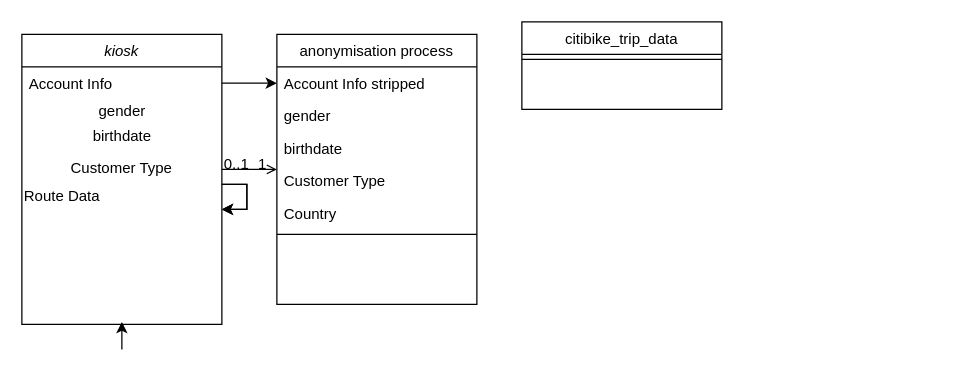
Before: Week7/Week7/Week7day2/Untitled Diagram.drawio in Coelacanth19/codeclan_homework_MarkAntFojas, a draw.io diagram. Source tidied: cells renumbered, new cells numbered last; positions are measured from the earlier drawing's top-left corner, leaving out a move shared by most shapes. Both pictures are drawn from the tidied source at 125%, with x=0, y=0 at pixel (21, 21).
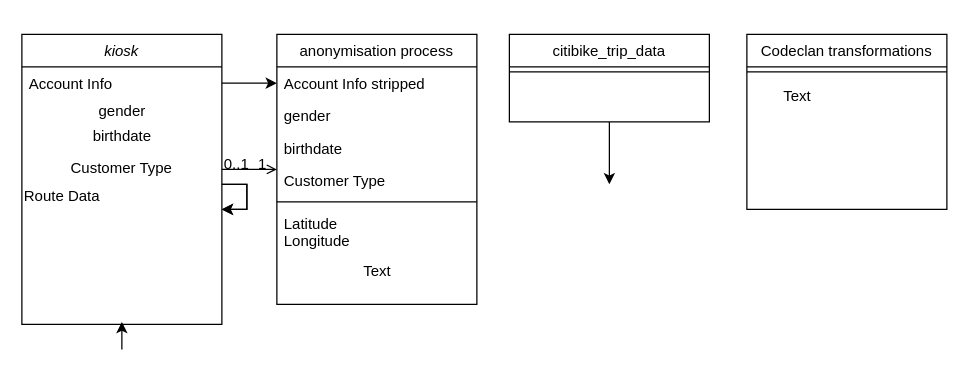
The same diagram, later.

The change refers to these unchanged cells:
```xml
<mxCell id="13" value="anonymisation process" style="swimlane;fontStyle=0;align=center;verticalAlign=top;horizontal=1;startSize=26;rounded=0;shadow=0;strokeWidth=1;" parent="1" vertex="1">
  <mxGeometry x="204" y="10" width="160" height="216" as="geometry" />
</mxCell>
```

The edit, as a diff of the source:
```diff
@@
+    <mxCell id="24" style="edgeStyle=orthogonalEdgeStyle;rounded=0;jettySize=auto;html=1;exitX=0.5;exitY=1;exitDx=0;exitDy=0;" parent="1" edge="1" source="11">
+      <mxGeometry relative="1" as="geometry">
+        <mxPoint x="470" y="130" as="targetPoint" />
+      </mxGeometry>
+    </mxCell>
     <mxCell id="11" value="citibike_trip_data" style="swimlane;fontStyle=0;align=center;verticalAlign=top;horizontal=1;startSize=26;rounded=0;shadow=0;strokeWidth=1;" parent="1" vertex="1">
-      <mxGeometry x="400" width="160" height="70" as="geometry" />
+      <mxGeometry x="390" y="10" width="160" height="70" as="geometry" />
     </mxCell>
@@
+    <mxCell id="19" style="line;html=1;strokeWidth=1;align=left;verticalAlign=middle;spacingTop=-1;spacingLeft=3;spacingRight=3;labelPosition=right;" parent="13" vertex="1">
+      <mxGeometry y="130" width="160" height="8" as="geometry" />
+    </mxCell>
-    <mxCell id="18" value="Country" style="text;align=left;verticalAlign=top;spacingLeft=4;spacingRight=4;overflow=hidden;rounded=0;shadow=0;html=0;" parent="13" vertex="1">
-      <mxGeometry y="130" width="160" height="26" as="geometry" />
+    <mxCell id="18" value="Latitude&#10;Longitude" style="text;align=left;verticalAlign=top;spacingLeft=4;spacingRight=4;overflow=hidden;rounded=0;shadow=0;html=0;" parent="13" vertex="1">
+      <mxGeometry y="138" width="160" height="42" as="geometry" />
     </mxCell>
-    <mxCell id="19" style="line;html=1;strokeWidth=1;align=left;verticalAlign=middle;spacingTop=-1;spacingLeft=3;spacingRight=3;labelPosition=right;" parent="13" vertex="1">
-      <mxGeometry y="156" width="160" height="8" as="geometry" />
-    </mxCell>
+    <mxCell id="25" value="Text" style="text;html=1;align=center;verticalAlign=middle;fillColor=none;strokeColor=none;rounded=0;" parent="13" vertex="1">
+      <mxGeometry y="180" width="160" height="20" as="geometry" />
+    </mxCell>
@@
+    <mxCell id="26" value="Codeclan transformations" style="swimlane;fontStyle=0;align=center;verticalAlign=top;horizontal=1;startSize=26;rounded=0;shadow=0;strokeWidth=1;" parent="1" vertex="1">
+      <mxGeometry x="580" y="10" width="160" height="140" as="geometry" />
+    </mxCell>
+    <mxCell id="27" style="line;html=1;strokeWidth=1;align=left;verticalAlign=middle;spacingTop=-1;spacingLeft=3;spacingRight=3;labelPosition=right;" parent="26" vertex="1">
+      <mxGeometry y="26" width="160" height="8" as="geometry" />
+    </mxCell>
+    <mxCell id="28" value="Text" style="text;html=1;align=center;verticalAlign=middle;strokeColor=none;fillColor=none;" parent="1" vertex="1">
+      <mxGeometry x="600" y="50" width="40" height="20" as="geometry" />
+    </mxCell>
```
